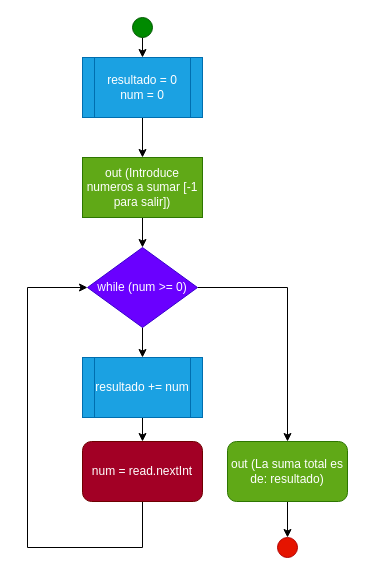
This is page "Ejercicio 1" (1 of 4) of diagramas/Diagramas.drawio from antonionavarro04/Tema3While, a draw.io file, before an edit. Source tidied: cells renumbered, new cells numbered last; positions are measured from the earlier drawing's top-left corner, leaving out a move shared by most shapes. Both pictures are drawn from the tidied source at 100%, with x=0, y=0 at pixel (27, 17).
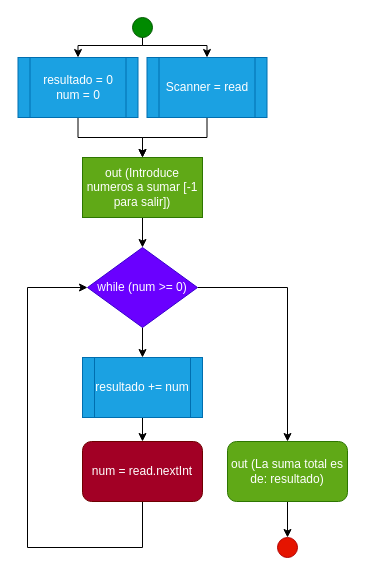
The same page after the edit.

The change refers to these unchanged cells:
```xml
<mxCell id="3" value="out (Introduce numeros a sumar [-1 para salir])" style="rounded=0;whiteSpace=wrap;html=1;fillColor=#60a917;fontColor=#ffffff;strokeColor=#2D7600;" parent="1" vertex="1">
  <mxGeometry x="55" y="140" width="120" height="60" as="geometry" />
</mxCell>
<mxCell id="17" style="ellipse;whiteSpace=wrap;html=1;fillColor=#008a00;fontColor=#ffffff;strokeColor=#005700;" parent="1" vertex="1">
  <mxGeometry x="105" width="20" height="20" as="geometry" />
</mxCell>
```

The edit, as a diff of the source:
```diff
@@
     <mxCell id="8" value="resultado = 0&lt;br&gt;num = 0" style="shape=process;whiteSpace=wrap;html=1;backgroundOutline=1;fillColor=#1ba1e2;fontColor=#ffffff;strokeColor=#006EAF;" parent="1" vertex="1">
-      <mxGeometry x="55" y="40" width="120" height="60" as="geometry" />
+      <mxGeometry x="-9.5" y="40" width="120" height="60" as="geometry" />
     </mxCell>
@@
     <mxCell id="16" style="edgeStyle=orthogonalEdgeStyle;rounded=0;jettySize=auto;html=1;exitX=0.5;exitY=1;exitDx=0;exitDy=0;entryX=0.5;entryY=0;entryDx=0;entryDy=0;" parent="1" edge="1" source="17" target="8">
-      <mxGeometry relative="1" as="geometry" />
+      <mxGeometry relative="1" as="geometry">
+        <Array as="points">
+          <mxPoint x="115" y="28" />
+          <mxPoint x="51" y="28" />
+        </Array>
+      </mxGeometry>
     </mxCell>
+    <mxCell id="18" style="edgeStyle=orthogonalEdgeStyle;rounded=0;jettySize=auto;html=1;exitX=0.5;exitY=1;exitDx=0;exitDy=0;entryX=0.5;entryY=0;entryDx=0;entryDy=0;" parent="1" edge="1" source="17" target="20">
+      <mxGeometry relative="1" as="geometry">
+        <Array as="points">
+          <mxPoint x="115" y="28" />
+          <mxPoint x="179" y="28" />
+        </Array>
+      </mxGeometry>
+    </mxCell>
@@
+    <mxCell id="19" style="edgeStyle=orthogonalEdgeStyle;rounded=0;jettySize=auto;html=1;exitX=0.5;exitY=1;exitDx=0;exitDy=0;entryX=0.5;entryY=0;entryDx=0;entryDy=0;" parent="1" edge="1" source="20" target="3">
+      <mxGeometry relative="1" as="geometry" />
+    </mxCell>
+    <mxCell id="20" value="Scanner = read" style="shape=process;whiteSpace=wrap;html=1;backgroundOutline=1;fillColor=#1ba1e2;fontColor=#ffffff;strokeColor=#006EAF;" parent="1" vertex="1">
+      <mxGeometry x="119.5" y="40" width="120" height="60" as="geometry" />
+    </mxCell>
```
